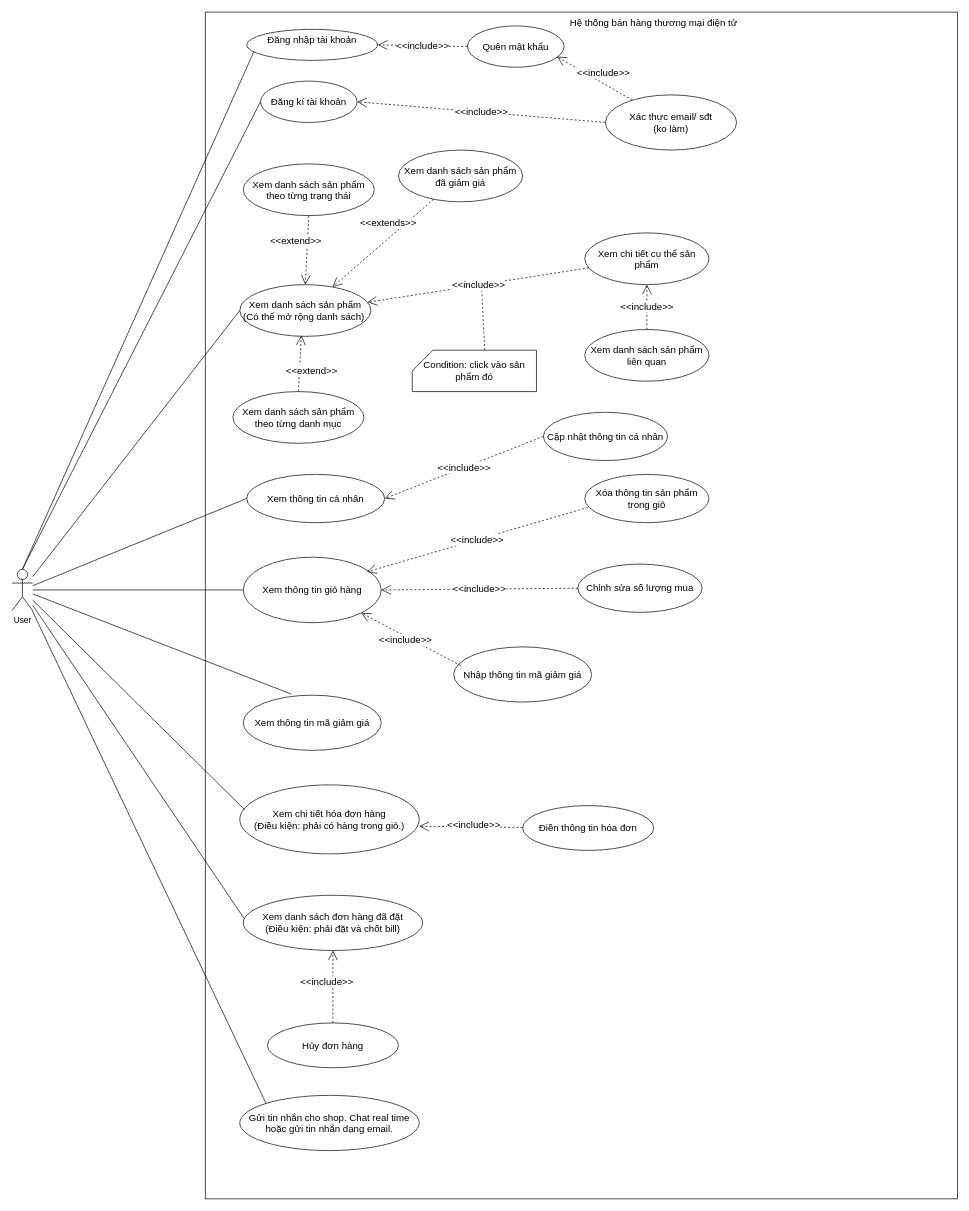
Before: diagrams/use-case/use-case-e-commerce.drawio in penduricha/Project-e-commerce, a draw.io diagram. Source tidied: cells renumbered, new cells numbered last; positions are measured from the earlier drawing's top-left corner, leaving out a move shared by most shapes. Both pictures are drawn from the tidied source at 69%, with x=0, y=0 at pixel (12, 12).
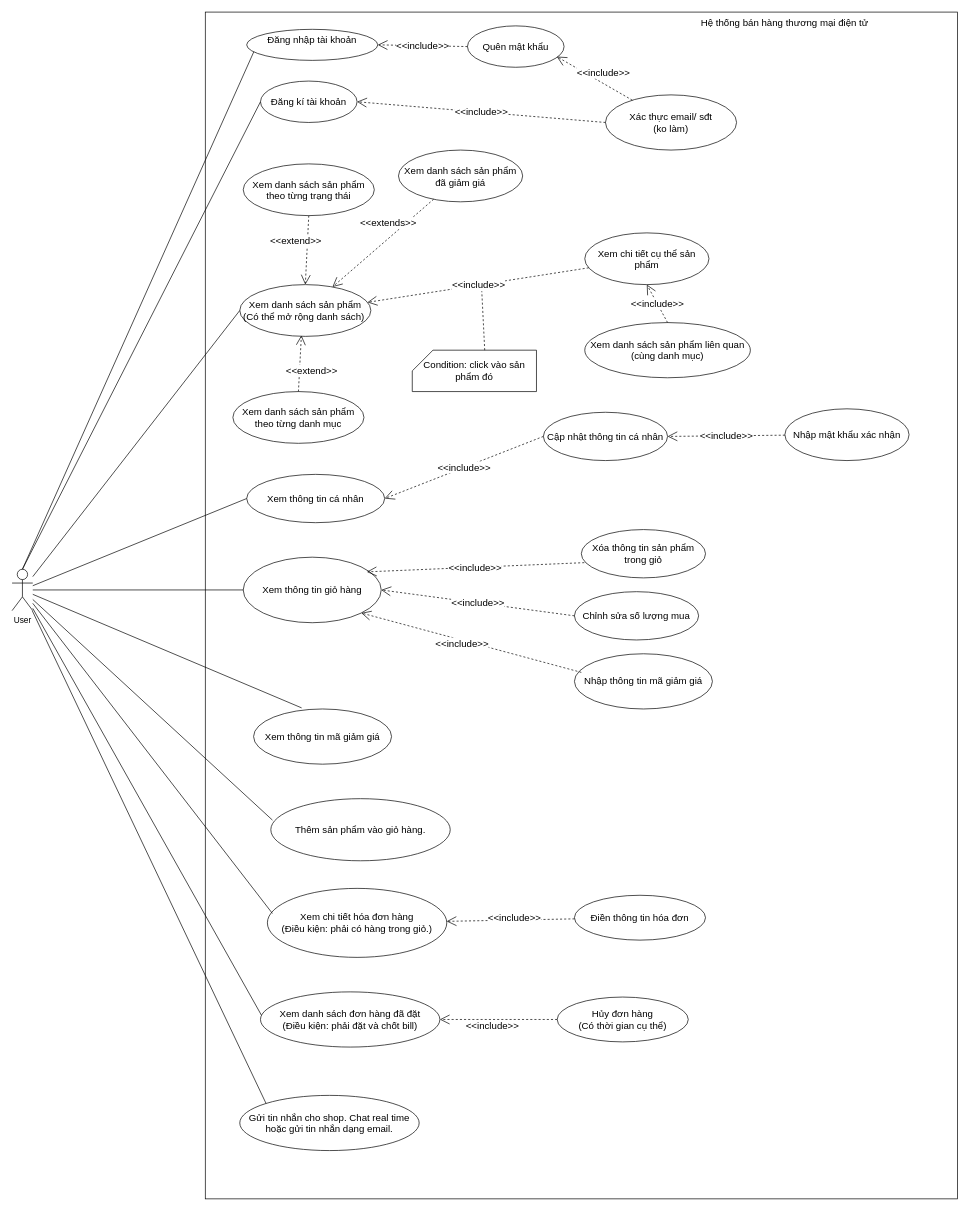
Above is the later version.

Unchanged cells that the change refers to:
```xml
<mxCell id="3" value="User" style="shape=umlActor;verticalLabelPosition=bottom;verticalAlign=top;html=1;" parent="1" vertex="1">
  <mxGeometry y="807.5" width="30" height="60" as="geometry" />
</mxCell>
<mxCell id="23" value="&lt;span style=&quot;font-size: 14px;&quot;&gt;Cập nhật thông tin cá nhân&lt;/span&gt;" style="ellipse;whiteSpace=wrap;html=1;" parent="1" vertex="1">
  <mxGeometry x="770" y="580" width="180" height="70" as="geometry" />
</mxCell>
```

Change to the diagram source:
```diff
@@
     <mxCell id="6" value="&lt;font style=&quot;font-size: 14px;&quot;&gt;Hệ thống bán hàng thương mại điện tử&lt;/font&gt;" style="text;html=1;align=center;verticalAlign=middle;whiteSpace=wrap;rounded=0;" parent="1" vertex="1">
-      <mxGeometry x="760" width="340" height="30" as="geometry" />
+      <mxGeometry x="950" width="340" height="30" as="geometry" />
     </mxCell>
@@
-    <mxCell id="20" value="&lt;span style=&quot;font-size: 14px;&quot;&gt;Xem danh sách sản phẩm liên quan&lt;/span&gt;" style="ellipse;whiteSpace=wrap;html=1;" parent="1" vertex="1">
-      <mxGeometry x="830" y="460" width="180" height="75" as="geometry" />
+    <mxCell id="20" value="&lt;span style=&quot;font-size: 14px;&quot;&gt;Xem danh sách sản phẩm liên quan (cùng danh mục)&lt;/span&gt;" style="ellipse;whiteSpace=wrap;html=1;" parent="1" vertex="1">
+      <mxGeometry x="830" y="450" width="240" height="80" as="geometry" />
     </mxCell>
@@
     <mxCell id="26" value="&lt;span style=&quot;font-size: 14px;&quot;&gt;Xóa thông tin sản phẩm trong giỏ&lt;/span&gt;" style="ellipse;whiteSpace=wrap;html=1;" parent="1" vertex="1">
-      <mxGeometry x="830" y="670" width="180" height="70" as="geometry" />
+      <mxGeometry x="825" y="750" width="180" height="70" as="geometry" />
     </mxCell>
     <mxCell id="27" value="&lt;span style=&quot;font-size: 14px;&quot;&gt;Chỉnh sửa số lượng mua&lt;/span&gt;" style="ellipse;whiteSpace=wrap;html=1;" parent="1" vertex="1">
-      <mxGeometry x="820" y="800" width="180" height="70" as="geometry" />
+      <mxGeometry x="815" y="840" width="180" height="70" as="geometry" />
     </mxCell>
     <mxCell id="28" value="&lt;font style=&quot;font-size: 14px;&quot;&gt;Nhập thông tin mã giảm giá&lt;/font&gt;" style="ellipse;whiteSpace=wrap;html=1;" parent="1" vertex="1">
-      <mxGeometry x="640" y="920" width="200" height="80" as="geometry" />
+      <mxGeometry x="815" y="930" width="200" height="80" as="geometry" />
     </mxCell>
@@
     <mxCell id="31" value="&lt;span style=&quot;font-size: 14px;&quot;&gt;Xem chi tiết hóa đơn hàng&lt;br&gt;(Điều kiện: phải có hàng trong giỏ.)&lt;br&gt;&lt;/span&gt;" style="ellipse;whiteSpace=wrap;html=1;" parent="1" vertex="1">
-      <mxGeometry x="330" y="1120" width="260" height="100" as="geometry" />
+      <mxGeometry x="370" y="1270" width="260" height="100" as="geometry" />
     </mxCell>
@@
     <mxCell id="33" value="&lt;span style=&quot;font-size: 14px;&quot;&gt;Điền thông tin hóa đơn&lt;/span&gt;" style="ellipse;whiteSpace=wrap;html=1;" parent="1" vertex="1">
-      <mxGeometry x="740" y="1150" width="190" height="65" as="geometry" />
+      <mxGeometry x="815" y="1280" width="190" height="65" as="geometry" />
     </mxCell>
     <mxCell id="34" value="&lt;span style=&quot;font-size: 14px;&quot;&gt;Xem danh sách đơn hàng đã đặt&lt;br&gt;(Điều kiện: phải đặt và chốt bill)&lt;br&gt;&lt;/span&gt;" style="ellipse;whiteSpace=wrap;html=1;" parent="1" vertex="1">
-      <mxGeometry x="335" y="1280" width="260" height="80" as="geometry" />
+      <mxGeometry x="360" y="1420" width="260" height="80" as="geometry" />
     </mxCell>
-    <mxCell id="35" value="&lt;span style=&quot;font-size: 14px;&quot;&gt;Hủy đơn hàng&lt;/span&gt;" style="ellipse;whiteSpace=wrap;html=1;" parent="1" vertex="1">
-      <mxGeometry x="370" y="1465" width="190" height="65" as="geometry" />
+    <mxCell id="35" value="&lt;span style=&quot;font-size: 14px;&quot;&gt;Hủy đơn hàng&lt;br&gt;(Có thời gian cụ thể)&lt;br&gt;&lt;/span&gt;" style="ellipse;whiteSpace=wrap;html=1;" parent="1" vertex="1">
+      <mxGeometry x="790" y="1427.5" width="190" height="65" as="geometry" />
     </mxCell>
@@
     <mxCell id="39" value="&lt;font style=&quot;font-size: 14px;&quot;&gt;Xem thông tin mã giảm giá&lt;/font&gt;" style="ellipse;whiteSpace=wrap;html=1;" parent="1" vertex="1">
-      <mxGeometry x="335" y="990" width="200" height="80" as="geometry" />
+      <mxGeometry x="350" y="1010" width="200" height="80" as="geometry" />
     </mxCell>
@@
-    <mxCell id="41" value="&lt;font style=&quot;font-size: 14px;&quot;&gt;&amp;lt;&amp;lt;include&amp;gt;&amp;gt;&lt;/font&gt;" style="endArrow=open;endSize=12;dashed=1;html=1;rounded=0;entryX=0.5;entryY=1;entryDx=0;entryDy=0;" parent="1" edge="1" source="35" target="34">
+    <mxCell id="41" value="&lt;font style=&quot;font-size: 14px;&quot;&gt;&amp;lt;&amp;lt;include&amp;gt;&amp;gt;&lt;/font&gt;" style="endArrow=open;endSize=12;dashed=1;html=1;rounded=0;entryX=1;entryY=0.5;entryDx=0;entryDy=0;" parent="1" edge="1" source="35" target="34">
       <mxGeometry x="0.12" y="10" relative="1" as="geometry">
         <mxPoint x="1" as="offset" />
       </mxGeometry>
     </mxCell>
@@
-    <mxCell id="49" value="&lt;font style=&quot;font-size: 14px;&quot;&gt;&amp;lt;&amp;lt;include&amp;gt;&amp;gt;&lt;/font&gt;" style="endArrow=open;endSize=12;dashed=1;html=1;rounded=0;" parent="1" edge="1" source="33">
+    <mxCell id="49" value="&lt;font style=&quot;font-size: 14px;&quot;&gt;&amp;lt;&amp;lt;include&amp;gt;&amp;gt;&lt;/font&gt;" style="endArrow=open;endSize=12;dashed=1;html=1;rounded=0;" parent="1" edge="1" source="33" target="31">
       <mxGeometry x="-0.07" y="-3" relative="1" as="geometry">
-        <mxPoint x="590" y="1180" as="targetPoint" />
         <mxPoint x="-1" as="offset" />
       </mxGeometry>
     </mxCell>
@@
+    <mxCell id="52" value="&lt;span style=&quot;font-size: 14px;&quot;&gt;Thêm sản phẩm vào giỏ hàng.&lt;br&gt;&lt;/span&gt;" style="ellipse;whiteSpace=wrap;html=1;" parent="1" vertex="1">
+      <mxGeometry x="375" y="1140" width="260" height="90" as="geometry" />
+    </mxCell>
+    <mxCell id="53" style="endArrow=none;html=1;rounded=0;entryX=0.009;entryY=0.345;entryDx=0;entryDy=0;entryPerimeter=0;" parent="1" edge="1" source="3" target="52">
+      <mxGeometry relative="1" as="geometry" />
+    </mxCell>
+    <mxCell id="54" style="edgeStyle=orthogonalEdgeStyle;rounded=0;orthogonalLoop=1;jettySize=auto;html=1;exitX=0.5;exitY=1;exitDx=0;exitDy=0;" parent="1" edge="1">
+      <mxGeometry relative="1" as="geometry">
+        <mxPoint x="630" y="1020" as="sourcePoint" />
+        <mxPoint x="630" y="1020" as="targetPoint" />
+      </mxGeometry>
+    </mxCell>
+    <mxCell id="55" value="&lt;span style=&quot;font-size: 14px;&quot;&gt;Nhập mật khẩu xác nhận&lt;/span&gt;" style="ellipse;whiteSpace=wrap;html=1;" parent="1" vertex="1">
+      <mxGeometry x="1120" y="575" width="180" height="75" as="geometry" />
+    </mxCell>
+    <mxCell id="56" value="&lt;font style=&quot;font-size: 14px;&quot;&gt;&amp;lt;&amp;lt;include&amp;gt;&amp;gt;&lt;/font&gt;" style="endArrow=open;endSize=12;dashed=1;html=1;rounded=0;entryX=1;entryY=0.5;entryDx=0;entryDy=0;" parent="1" edge="1" source="55" target="23">
+      <mxGeometry relative="1" as="geometry" />
+    </mxCell>
```
